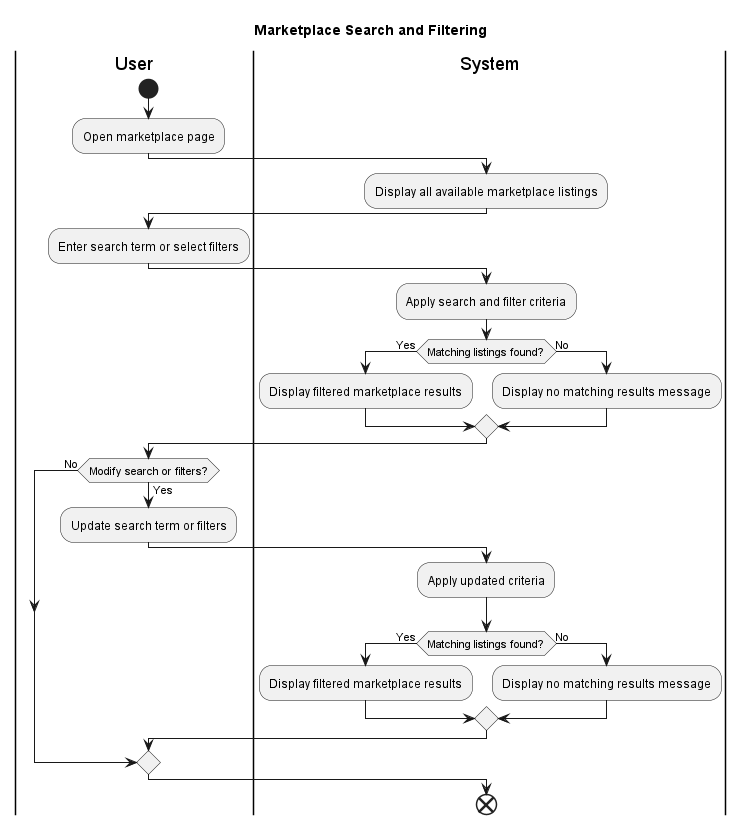
Earlier version of the PlantUML export out/activityDiagrams/Marketplace Search and Filtering/Marketplace Search and Filtering.png (JanPerez35/PlantUML).
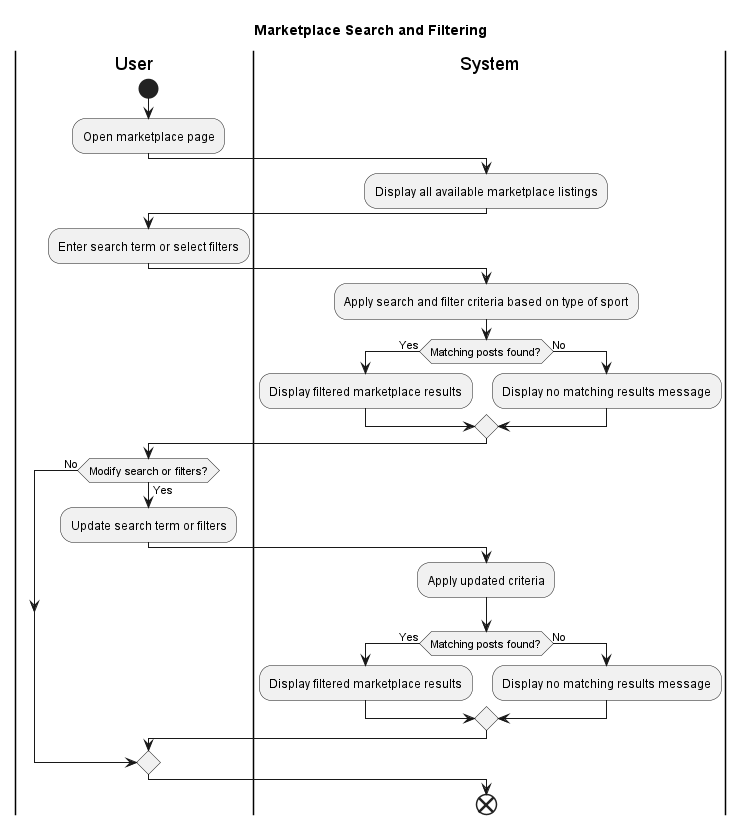
Later version of the same file.

What changed in the source:
```diff
@@ -12,9 +12,9 @@
 :Enter search term or select filters;
 
 |System|
-:Apply search and filter criteria;
+:Apply search and filter criteria based on type of sport;
 
-if (Matching listings found?) then (Yes)
+if (Matching posts found?) then (Yes)
   :Display filtered marketplace results;
 else (No)
   :Display no matching results message;
@@ -25,7 +25,7 @@
   :Update search term or filters;
   |System|
   :Apply updated criteria;
-  if (Matching listings found?) then (Yes)
+  if (Matching posts found?) then (Yes)
     :Display filtered marketplace results;
   else (No)
     :Display no matching results message;
```
